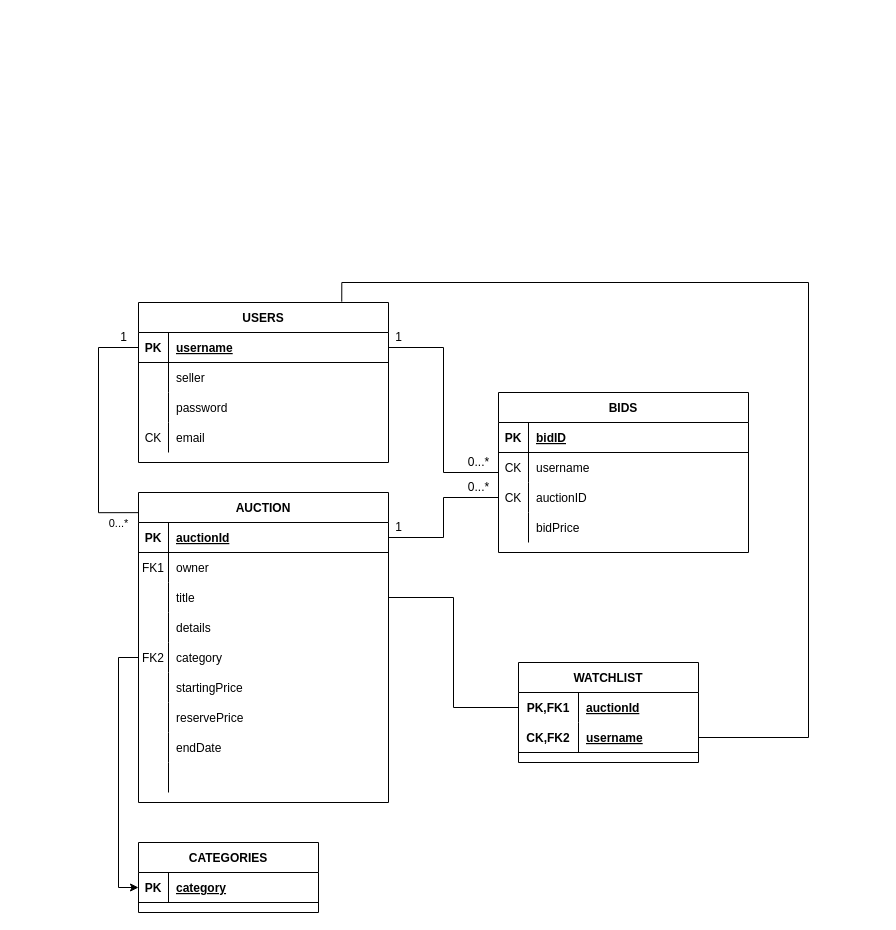
Above: er-diagram.drawio in jcgloria/dbf_project (draw.io), before the change. Source tidied: cells renumbered, new cells numbered last; positions are measured from the earlier drawing's top-left corner, leaving out a move shared by most shapes. Both pictures are drawn from the tidied source at 100%, with x=0, y=0 at pixel (98, 282).
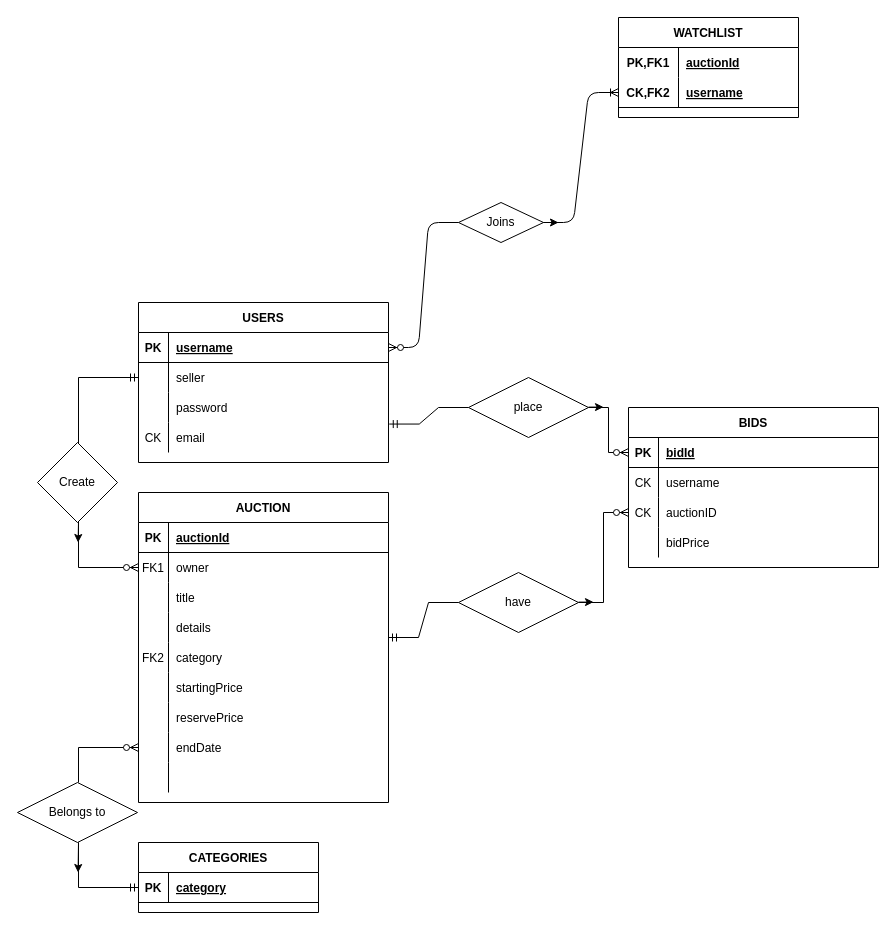
The same page after the edit.

Unchanged cells that the change refers to:
```xml
<mxCell id="2" value="AUCTION" style="shape=table;startSize=30;childLayout=tableLayout;rowLines=0;fontStyle=1;align=center;" parent="1" vertex="1">
  <mxGeometry x="40" y="210" width="250" height="310" as="geometry" />
</mxCell>
<mxCell id="3" style="shape=partialRectangle;fillColor=none;points=[[0,0.5],[1,0.5]];portConstraint=eastwest;top=0;left=0;right=0;bottom=1;" parent="2" vertex="1">
  <mxGeometry y="30" width="250" height="30" as="geometry" />
</mxCell>
<mxCell id="6" style="shape=partialRectangle;fillColor=none;points=[[0,0.5],[1,0.5]];portConstraint=eastwest;top=0;left=0;right=0;bottom=0;" parent="2" vertex="1">
  <mxGeometry y="60" width="250" height="30" as="geometry" />
</mxCell>
<mxCell id="9" style="shape=partialRectangle;fillColor=none;points=[[0,0.5],[1,0.5]];portConstraint=eastwest;top=0;left=0;right=0;bottom=0;" parent="2" vertex="1">
  <mxGeometry y="90" width="250" height="30" as="geometry" />
</mxCell>
<mxCell id="15" style="shape=partialRectangle;fillColor=none;points=[[0,0.5],[1,0.5]];portConstraint=eastwest;top=0;left=0;right=0;bottom=0;" parent="2" vertex="1">
  <mxGeometry y="150" width="250" height="30" as="geometry" />
</mxCell>
<mxCell id="24" style="shape=partialRectangle;fillColor=none;points=[[0,0.5],[1,0.5]];portConstraint=eastwest;top=0;left=0;right=0;bottom=0;" parent="2" vertex="1">
  <mxGeometry y="240" width="250" height="30" as="geometry" />
</mxCell>
<mxCell id="31" style="shape=partialRectangle;fillColor=none;points=[[0,0.5],[1,0.5]];portConstraint=eastwest;top=0;left=0;right=0;bottom=1;" parent="30" vertex="1">
  <mxGeometry y="30" width="250" height="30" as="geometry" />
</mxCell>
<mxCell id="37" style="shape=partialRectangle;fillColor=none;points=[[0,0.5],[1,0.5]];portConstraint=eastwest;top=0;left=0;right=0;bottom=0;" parent="30" vertex="1">
  <mxGeometry y="90" width="250" height="30" as="geometry" />
</mxCell>
<mxCell id="43" value="USERS" style="shape=table;startSize=30;childLayout=tableLayout;rowLines=0;fontStyle=1;align=center;" parent="1" vertex="1">
  <mxGeometry x="40" y="20" width="250" height="160" as="geometry" />
</mxCell>
<mxCell id="44" style="shape=partialRectangle;fillColor=none;points=[[0,0.5],[1,0.5]];portConstraint=eastwest;top=0;left=0;right=0;bottom=1;" parent="43" vertex="1">
  <mxGeometry y="30" width="250" height="30" as="geometry" />
</mxCell>
<mxCell id="47" style="shape=partialRectangle;fillColor=none;points=[[0,0.5],[1,0.5]];portConstraint=eastwest;top=0;left=0;right=0;bottom=0;" parent="43" vertex="1">
  <mxGeometry y="60" width="250" height="30" as="geometry" />
</mxCell>
<mxCell id="53" style="shape=partialRectangle;fillColor=none;points=[[0,0.5],[1,0.5]];portConstraint=eastwest;top=0;left=0;right=0;bottom=0;" parent="43" vertex="1">
  <mxGeometry y="120" width="250" height="30" as="geometry" />
</mxCell>
<mxCell id="57" style="shape=tableRow;horizontal=0;startSize=0;swimlaneHead=0;swimlaneBody=0;fillColor=none;points=[[0,0.5],[1,0.5]];portConstraint=eastwest;top=0;left=0;right=0;bottom=1;" parent="56" vertex="1">
  <mxGeometry y="30" width="180" height="30" as="geometry" />
</mxCell>
<mxCell id="71" style="shape=tableRow;horizontal=0;startSize=0;swimlaneHead=0;swimlaneBody=0;fillColor=none;points=[[0,0.5],[1,0.5]];portConstraint=eastwest;top=0;left=0;right=0;bottom=0;" parent="70" vertex="1">
  <mxGeometry y="30" width="180" height="30" as="geometry" />
</mxCell>
<mxCell id="74" style="shape=tableRow;horizontal=0;startSize=0;swimlaneHead=0;swimlaneBody=0;fillColor=none;points=[[0,0.5],[1,0.5]];portConstraint=eastwest;top=0;left=0;right=0;bottom=1;" parent="70" vertex="1">
  <mxGeometry y="60" width="180" height="30" as="geometry" />
</mxCell>
```

Diff of the diagram source:
```diff
@@
     <mxCell id="30" value="BIDS" style="shape=table;startSize=30;childLayout=tableLayout;rowLines=0;fontStyle=1;align=center;" parent="1" vertex="1">
-      <mxGeometry x="400" y="110" width="250" height="160" as="geometry" />
+      <mxGeometry x="530" y="125" width="250" height="160" as="geometry" />
     </mxCell>
@@
-    <mxCell id="33" value="bidID" style="shape=partialRectangle;overflow=hidden;fillColor=none;top=0;left=0;bottom=0;right=0;align=left;spacingLeft=6;fontStyle=5;" parent="31" vertex="1">
+    <mxCell id="33" value="bidId" style="shape=partialRectangle;overflow=hidden;fillColor=none;top=0;left=0;bottom=0;right=0;align=left;spacingLeft=6;fontStyle=5;" parent="31" vertex="1">
       <mxGeometry x="30" width="220" height="30" as="geometry" />
     </mxCell>
@@
-    <mxCell id="60" style="edgeStyle=orthogonalEdgeStyle;rounded=0;jettySize=auto;html=1;exitX=0;exitY=0.5;exitDx=0;exitDy=0;entryX=0;entryY=0.5;entryDx=0;entryDy=0;" parent="1" edge="1" source="15" target="57">
-      <mxGeometry relative="1" as="geometry" />
-    </mxCell>
-    <mxCell id="61" style="edgeStyle=orthogonalEdgeStyle;rounded=0;jettySize=auto;html=1;exitX=0;exitY=0.5;exitDx=0;exitDy=0;entryX=0.001;entryY=0.065;entryDx=0;entryDy=0;entryPerimeter=0;endArrow=none;endFill=0;" parent="1" edge="1" source="44" target="2">
-      <mxGeometry relative="1" as="geometry">
-        <Array as="points">
-          <mxPoint y="65" />
-          <mxPoint y="230" />
-        </Array>
-      </mxGeometry>
-    </mxCell>
-    <mxCell id="62" value="0...*" style="edgeLabel;html=1;align=center;verticalAlign=middle;" parent="61" vertex="1">
-      <mxGeometry x="0.74" y="1" relative="1" as="geometry">
-        <mxPoint x="11" y="11" as="offset" />
-      </mxGeometry>
-    </mxCell>
-    <mxCell id="63" style="edgeStyle=orthogonalEdgeStyle;rounded=0;jettySize=auto;html=1;exitX=1;exitY=0.5;exitDx=0;exitDy=0;entryX=0;entryY=0.5;entryDx=0;entryDy=0;endArrow=none;endFill=0;" parent="1" edge="1" source="44" target="30">
-      <mxGeometry relative="1" as="geometry" />
-    </mxCell>
-    <mxCell id="64" style="edgeStyle=orthogonalEdgeStyle;rounded=0;jettySize=auto;html=1;exitX=0;exitY=0.5;exitDx=0;exitDy=0;entryX=1;entryY=0.5;entryDx=0;entryDy=0;endArrow=none;endFill=0;" parent="1" edge="1" source="37" target="3">
-      <mxGeometry relative="1" as="geometry" />
-    </mxCell>
-    <mxCell id="65" value="0...*" style="text;html=1;align=center;verticalAlign=middle;strokeColor=none;fillColor=none;" parent="1" vertex="1">
-      <mxGeometry x="360" y="165" width="40" height="30" as="geometry" />
-    </mxCell>
-    <mxCell id="66" value="1" style="text;html=1;align=center;verticalAlign=middle;strokeColor=none;fillColor=none;" parent="1" vertex="1">
-      <mxGeometry x="285" y="40" width="30" height="30" as="geometry" />
-    </mxCell>
-    <mxCell id="67" value="1" style="text;html=1;align=center;verticalAlign=middle;strokeColor=none;fillColor=none;" parent="1" vertex="1">
-      <mxGeometry x="10" y="40" width="30" height="30" as="geometry" />
-    </mxCell>
-    <mxCell id="68" value="0...*" style="text;html=1;align=center;verticalAlign=middle;strokeColor=none;fillColor=none;" parent="1" vertex="1">
-      <mxGeometry x="360" y="190" width="40" height="30" as="geometry" />
-    </mxCell>
-    <mxCell id="69" value="1" style="text;html=1;align=center;verticalAlign=middle;strokeColor=none;fillColor=none;" parent="1" vertex="1">
-      <mxGeometry x="285" y="230" width="30" height="30" as="geometry" />
-    </mxCell>
     <mxCell id="70" value="WATCHLIST" style="shape=table;startSize=30;childLayout=tableLayout;rowLines=0;fontStyle=1;align=center;" parent="1" vertex="1">
-      <mxGeometry x="420" y="380" width="180" height="100" as="geometry" />
+      <mxGeometry x="520" y="-265" width="180" height="100" as="geometry" />
     </mxCell>
@@
-    <mxCell id="77" style="edgeStyle=orthogonalEdgeStyle;rounded=0;jettySize=auto;html=1;exitX=0;exitY=0.5;exitDx=0;exitDy=0;endArrow=none;endFill=0;" parent="1" edge="1" source="71" target="9">
-      <mxGeometry relative="1" as="geometry" />
-    </mxCell>
-    <mxCell id="78" style="edgeStyle=orthogonalEdgeStyle;rounded=0;jettySize=auto;html=1;exitX=1;exitY=0.5;exitDx=0;exitDy=0;entryX=0.813;entryY=-0.005;entryDx=0;entryDy=0;entryPerimeter=0;endArrow=none;endFill=0;" parent="1" edge="1" source="74" target="43">
-      <mxGeometry relative="1" as="geometry">
-        <Array as="points">
-          <mxPoint x="710" y="455" />
-          <mxPoint x="710" />
-          <mxPoint x="243" />
-        </Array>
-      </mxGeometry>
-    </mxCell>
+    <mxCell id="79" style="edgeStyle=entityRelationEdgeStyle;fontSize=12;html=1;endArrow=ERoneToMany;startArrow=none;fontFamily=Helvetica;fontColor=default;align=center;strokeColor=default;exitX=1;exitY=0.5;exitDx=0;exitDy=0;" parent="1" edge="1" source="80" target="74">
+      <mxGeometry relative="1" as="geometry" />
+    </mxCell>
+    <mxCell id="80" value="Joins" style="shape=rhombus;perimeter=rhombusPerimeter;whiteSpace=wrap;html=1;align=center;fontSize=12;" parent="1" vertex="1">
+      <mxGeometry x="360" y="-80" width="85" height="40" as="geometry" />
+    </mxCell>
+    <mxCell id="81" style="edgeStyle=entityRelationEdgeStyle;fontSize=12;html=1;endArrow=none;startArrow=ERzeroToMany;fontFamily=Helvetica;fontColor=default;align=center;strokeColor=default;exitX=1;exitY=0.5;exitDx=0;exitDy=0;" parent="1" edge="1" source="44" target="80">
+      <mxGeometry relative="1" as="geometry" />
+    </mxCell>
+    <mxCell id="82" style="edgeStyle=orthogonalEdgeStyle;fontSize=12;html=1;endArrow=ERzeroToMany;startArrow=none;rounded=0;entryX=0;entryY=0.5;entryDx=0;entryDy=0;exitX=1;exitY=0.5;exitDx=0;exitDy=0;" parent="1" edge="1" source="92" target="31">
+      <mxGeometry relative="1" as="geometry" />
+    </mxCell>
+    <mxCell id="83" style="edgeStyle=orthogonalEdgeStyle;fontSize=12;html=1;endArrow=ERzeroToMany;startArrow=none;rounded=0;exitX=1;exitY=0.5;exitDx=0;exitDy=0;" parent="1" edge="1" source="95" target="37">
+      <mxGeometry relative="1" as="geometry" />
+    </mxCell>
+    <mxCell id="84" style="fontSize=12;html=1;endArrow=ERzeroToMany;startArrow=ERmandOne;rounded=0;edgeStyle=orthogonalEdgeStyle;entryX=0;entryY=0.5;entryDx=0;entryDy=0;exitX=0;exitY=0.5;exitDx=0;exitDy=0;" parent="1" edge="1" source="47" target="6">
+      <mxGeometry relative="1" as="geometry">
+        <Array as="points">
+          <mxPoint x="-20" y="95" />
+          <mxPoint x="-20" y="285" />
+        </Array>
+      </mxGeometry>
+    </mxCell>
+    <mxCell id="85" value="Create" style="rhombus;whiteSpace=wrap;html=1;" parent="1" vertex="1">
+      <mxGeometry x="-61" y="160" width="80" height="80" as="geometry" />
+    </mxCell>
+    <mxCell id="86" style="fontSize=12;html=1;endArrow=ERzeroToMany;startArrow=none;rounded=0;exitX=0.5;exitY=0;exitDx=0;exitDy=0;entryX=0;entryY=0.5;entryDx=0;entryDy=0;" parent="1" edge="1" target="24">
+      <mxGeometry relative="1" as="geometry">
+        <mxPoint x="-20" y="500" as="sourcePoint" />
+        <Array as="points">
+          <mxPoint x="-20" y="465" />
+        </Array>
+      </mxGeometry>
+    </mxCell>
+    <mxCell id="87" value="Belongs to" style="shape=rhombus;perimeter=rhombusPerimeter;whiteSpace=wrap;html=1;align=center;" parent="1" vertex="1">
+      <mxGeometry x="-81" y="500" width="120" height="60" as="geometry" />
+    </mxCell>
+    <mxCell id="88" style="fontSize=12;html=1;endArrow=none;startArrow=ERmandOne;rounded=0;exitX=0;exitY=0.5;exitDx=0;exitDy=0;entryX=0.5;entryY=1;entryDx=0;entryDy=0;" parent="1" edge="1" source="57">
+      <mxGeometry relative="1" as="geometry">
+        <mxPoint x="-20" y="560" as="targetPoint" />
+        <Array as="points">
+          <mxPoint x="-20" y="605" />
+        </Array>
+      </mxGeometry>
+    </mxCell>
+    <mxCell id="89" style="endArrow=classic;html=1;rounded=0;exitX=1;exitY=0.5;exitDx=0;exitDy=0;" parent="1" edge="1" source="80">
+      <mxGeometry relative="1" as="geometry">
+        <mxPoint x="460" y="-60" as="targetPoint" />
+      </mxGeometry>
+    </mxCell>
+    <mxCell id="90" style="endArrow=classic;html=1;rounded=0;" parent="1" edge="1">
+      <mxGeometry relative="1" as="geometry">
+        <mxPoint x="-20" y="240" as="sourcePoint" />
+        <mxPoint x="-20.4" y="260" as="targetPoint" />
+      </mxGeometry>
+    </mxCell>
+    <mxCell id="91" style="endArrow=classic;html=1;rounded=0;" parent="1" edge="1">
+      <mxGeometry relative="1" as="geometry">
+        <mxPoint x="-20" y="560" as="sourcePoint" />
+        <mxPoint x="-20.4" y="590" as="targetPoint" />
+      </mxGeometry>
+    </mxCell>
+    <mxCell id="92" value="place" style="shape=rhombus;perimeter=rhombusPerimeter;whiteSpace=wrap;html=1;align=center;" parent="1" vertex="1">
+      <mxGeometry x="370" y="95" width="120" height="60" as="geometry" />
+    </mxCell>
+    <mxCell id="93" style="edgeStyle=entityRelationEdgeStyle;fontSize=12;html=1;endArrow=none;startArrow=ERmandOne;rounded=0;entryX=0;entryY=0.5;entryDx=0;entryDy=0;exitX=1.003;exitY=0.052;exitDx=0;exitDy=0;exitPerimeter=0;" parent="1" edge="1" source="53" target="92">
+      <mxGeometry relative="1" as="geometry" />
+    </mxCell>
+    <mxCell id="94" style="endArrow=classic;html=1;rounded=0;exitX=1;exitY=0.5;exitDx=0;exitDy=0;" parent="1" edge="1">
+      <mxGeometry relative="1" as="geometry">
+        <mxPoint x="490" y="124.6" as="sourcePoint" />
+        <mxPoint x="505" y="124.6" as="targetPoint" />
+      </mxGeometry>
+    </mxCell>
+    <mxCell id="95" value="have" style="shape=rhombus;perimeter=rhombusPerimeter;whiteSpace=wrap;html=1;align=center;" parent="1" vertex="1">
+      <mxGeometry x="360" y="290" width="120" height="60" as="geometry" />
+    </mxCell>
+    <mxCell id="96" style="edgeStyle=entityRelationEdgeStyle;fontSize=12;html=1;endArrow=none;startArrow=ERmandOne;rounded=0;" parent="1" edge="1" target="95">
+      <mxGeometry relative="1" as="geometry">
+        <mxPoint x="290" y="355" as="sourcePoint" />
+      </mxGeometry>
+    </mxCell>
+    <mxCell id="97" style="endArrow=classic;html=1;rounded=0;exitX=1;exitY=0.5;exitDx=0;exitDy=0;" parent="1" edge="1">
+      <mxGeometry relative="1" as="geometry">
+        <mxPoint x="480" y="319.6" as="sourcePoint" />
+        <mxPoint x="495" y="319.6" as="targetPoint" />
+      </mxGeometry>
+    </mxCell>
```
